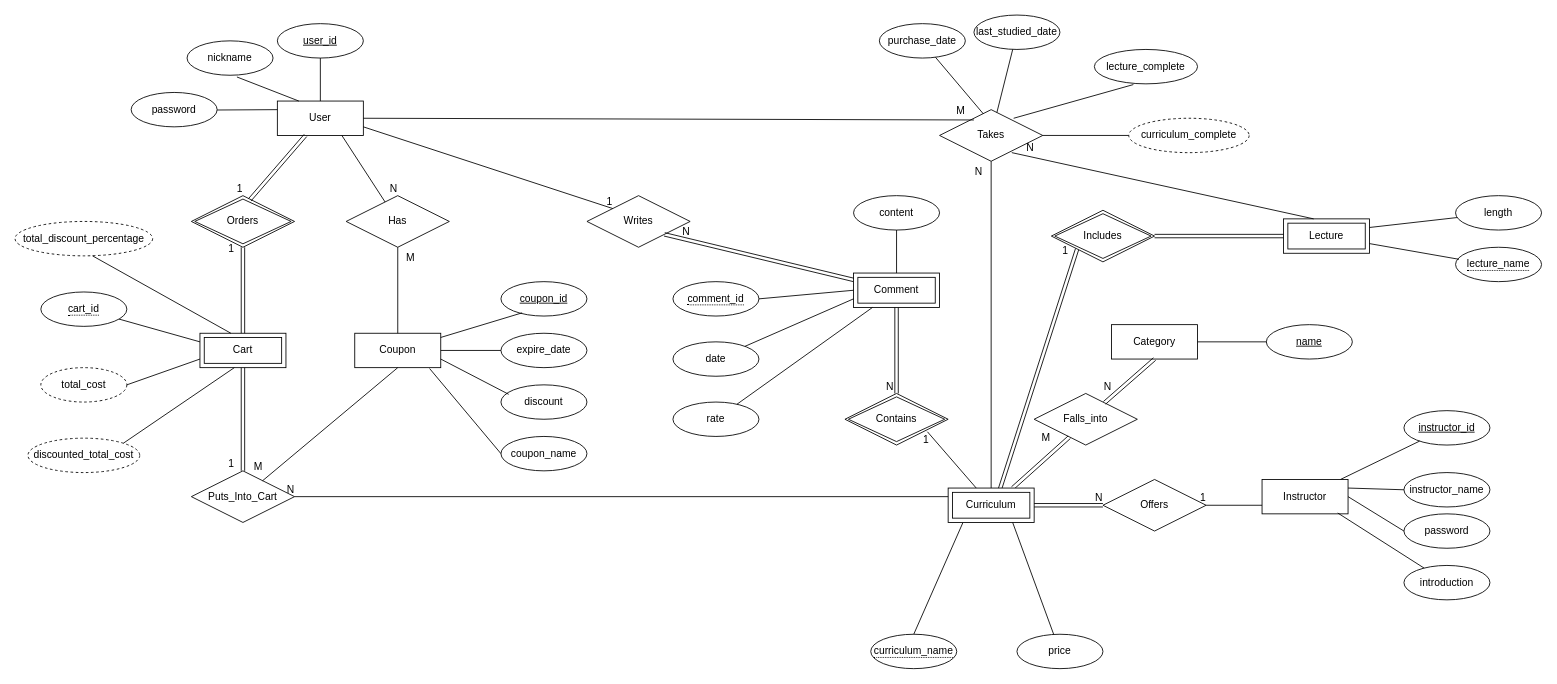
This is ERD.drawio from sarah2234/CBNU_DatabaseSystem, a draw.io file, before an edit. Source tidied: cells renumbered, new cells numbered last; positions are measured from the earlier drawing's top-left corner, leaving out a move shared by most shapes. Both pictures are drawn from the tidied source at 86%, with x=0, y=0 at pixel (15, 15).
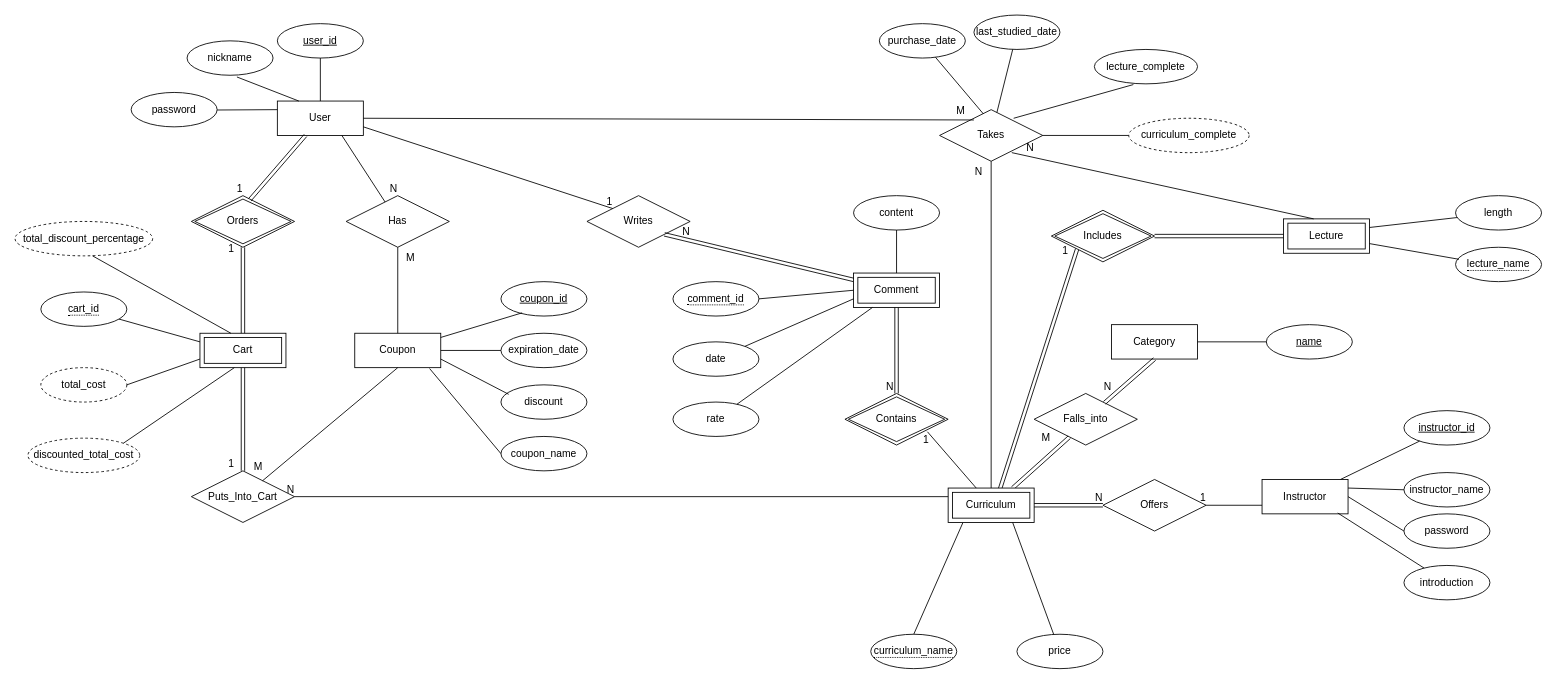
Above is the later version.

Commit message:
fix: change expirate_date name into expiration_date

The edit, as a diff of the source:
```diff
@@
-    <mxCell id="25" value="expire_date" style="ellipse;whiteSpace=wrap;html=1;align=center;" parent="1" vertex="1">
+    <mxCell id="25" value="expiration_date" style="ellipse;whiteSpace=wrap;html=1;align=center;" parent="1" vertex="1">
       <mxGeometry x="565" y="370" width="100" height="40" as="geometry" />
     </mxCell>
```
